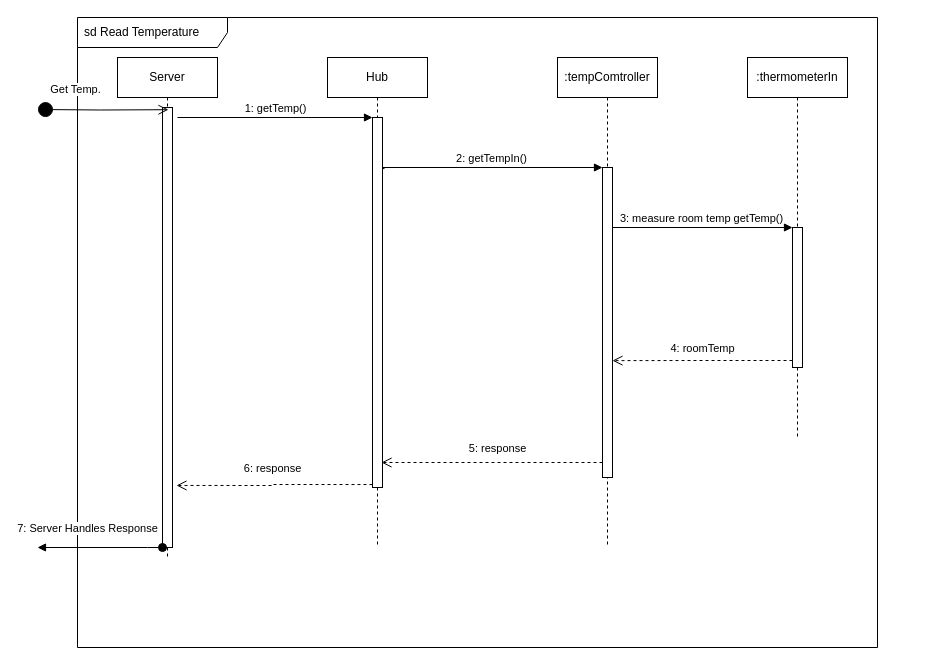
homedork-se2/Artefacts-docs keeps this draw.io diagram as Device_Group/Diagrams/Devices_SequenceDiagram_readTemp.drawio. Above is the earlier version. Source tidied: cells renumbered, new cells numbered last; positions are measured from the earlier drawing's top-left corner, leaving out a move shared by most shapes. Both pictures are drawn from the tidied source at 100%, with x=0, y=0 at pixel (37, 17).
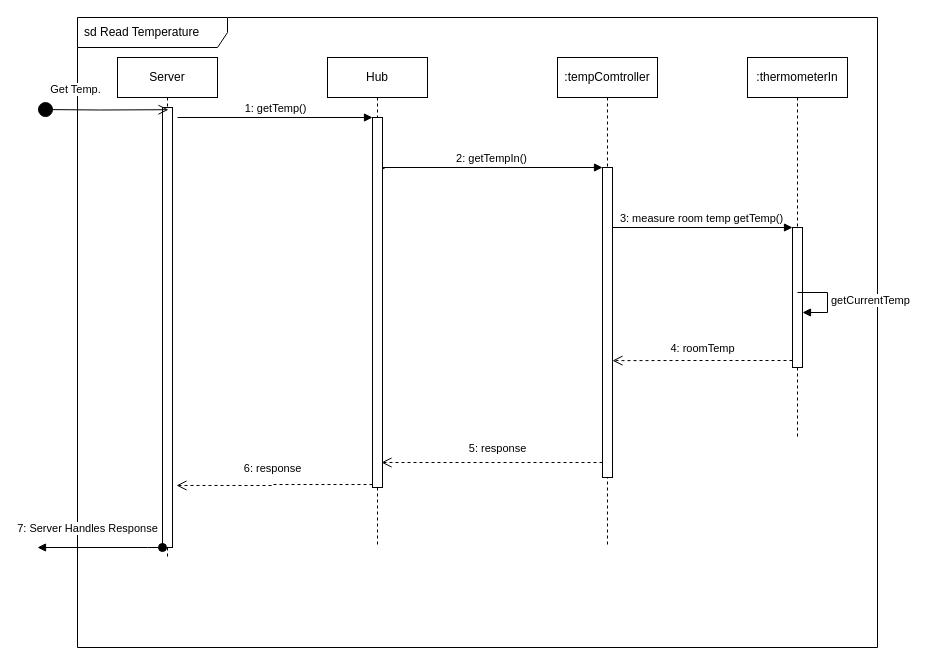
Above is the later version.

Change to the diagram source:
```diff
@@
+    <mxCell id="19" value="getCurrentTemp" style="edgeStyle=orthogonalEdgeStyle;html=1;align=left;spacingLeft=2;endArrow=block;rounded=0;entryX=1;entryY=0;" parent="1" edge="1">
+      <mxGeometry relative="1" as="geometry">
+        <mxPoint x="760" y="275" as="sourcePoint" />
+        <mxPoint x="765" y="295" as="targetPoint" />
+        <Array as="points">
+          <mxPoint x="790" y="275" />
+          <mxPoint x="790" y="295" />
+        </Array>
+      </mxGeometry>
+    </mxCell>
```
